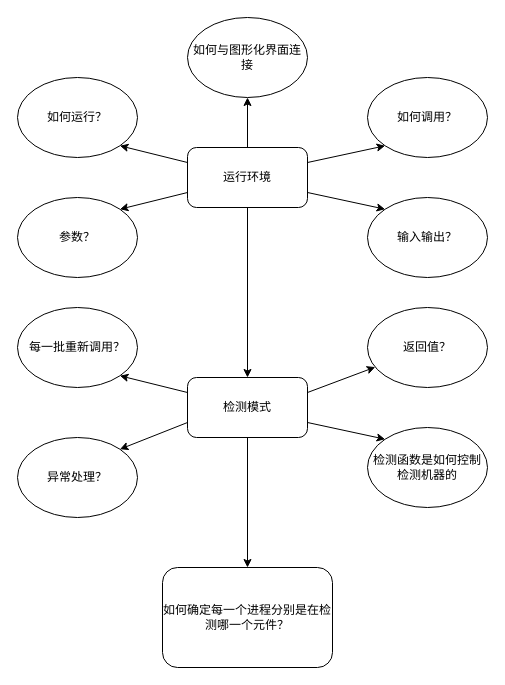
The draw.io diagram 问题细致分析.drawio in cym9812/automatic-computing-machine, before the edit. Source tidied: cells renumbered, new cells numbered last; positions are measured from the earlier drawing's top-left corner, leaving out a move shared by most shapes. Both pictures are drawn from the tidied source at 100%, with x=0, y=0 at pixel (17, 17).
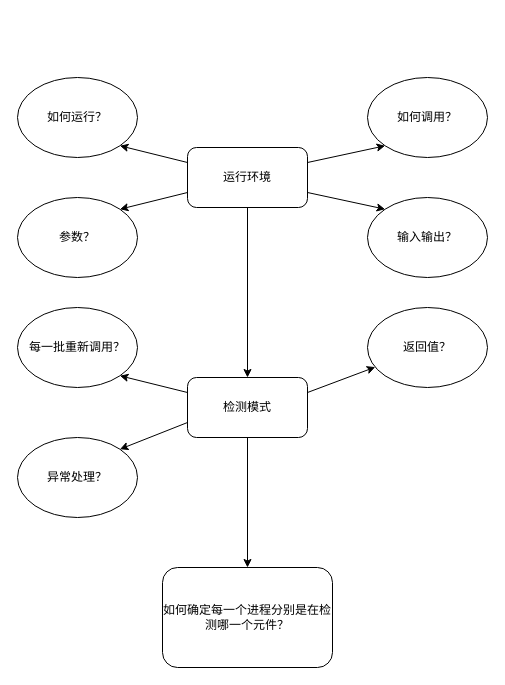
After the change.

Unchanged cells that the change refers to:
```xml
<mxCell id="8" value="运行环境" style="rounded=1;whiteSpace=wrap;html=1;" parent="1" vertex="1">
  <mxGeometry x="170" y="130" width="120" height="60" as="geometry" />
</mxCell>
<mxCell id="18" value="检测模式" style="rounded=1;whiteSpace=wrap;html=1;" parent="1" vertex="1">
  <mxGeometry x="170" y="360" width="120" height="60" as="geometry" />
</mxCell>
```

Diff of the diagram source:
```diff
@@
-    <mxCell id="7" style="edgeStyle=none;rounded=0;jettySize=auto;html=1;entryX=0.5;entryY=1;entryDx=0;entryDy=0;" parent="1" edge="1" source="8" target="23">
-      <mxGeometry relative="1" as="geometry" />
-    </mxCell>
@@
-    <mxCell id="17" style="rounded=0;jettySize=auto;html=1;exitX=1;exitY=0.75;exitDx=0;exitDy=0;entryX=0;entryY=0;entryDx=0;entryDy=0;" parent="1" edge="1" source="18" target="24">
-      <mxGeometry relative="1" as="geometry" />
-    </mxCell>
@@
-    <mxCell id="23" value="如何与图形化界面连接" style="ellipse;whiteSpace=wrap;html=1;" parent="1" vertex="1">
-      <mxGeometry x="170" width="120" height="80" as="geometry" />
-    </mxCell>
-    <mxCell id="24" value="检测函数是如何控制检测机器的" style="ellipse;whiteSpace=wrap;html=1;" parent="1" vertex="1">
-      <mxGeometry x="350" y="410" width="120" height="80" as="geometry" />
-    </mxCell>
```
